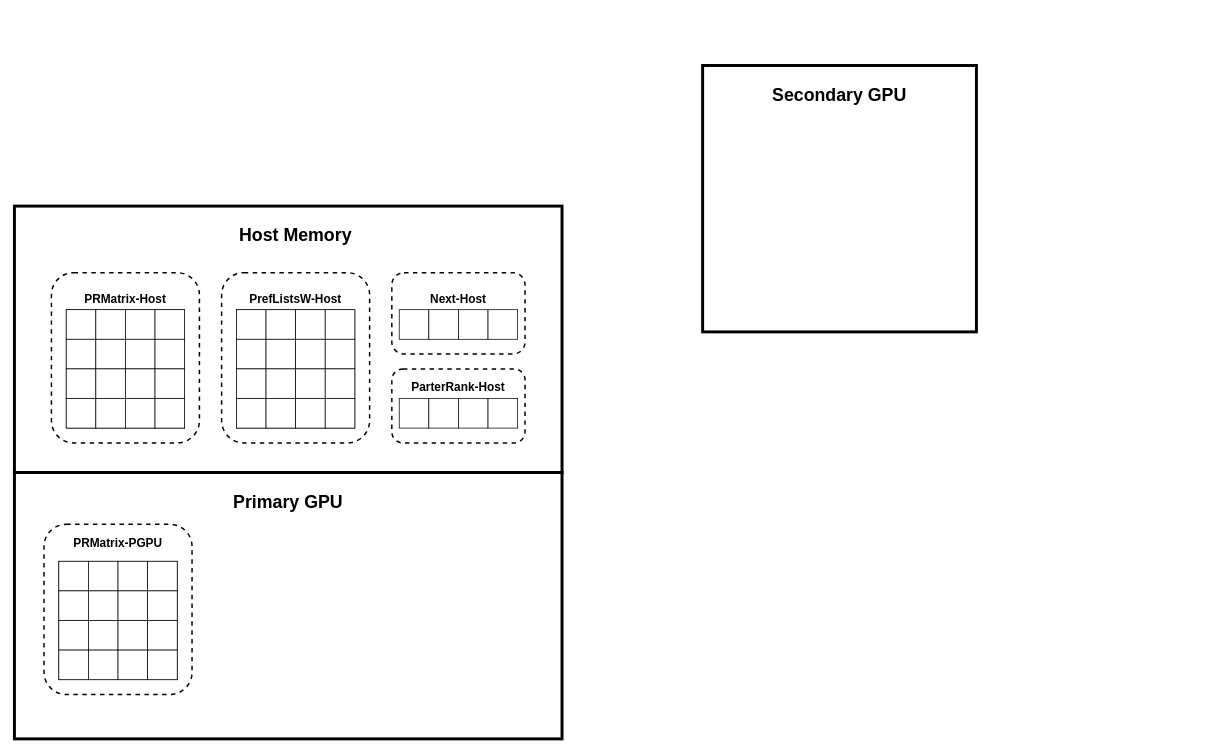
Before: DSInHybridSystem.drawio in victorliu-sq/BambooSMP-Figures, a draw.io diagram. Source tidied: cells renumbered, new cells numbered last; positions are measured from the earlier drawing's top-left corner, leaving out a move shared by most shapes. Both pictures are drawn from the tidied source at 74%, with x=0, y=0 at pixel (14, 65).
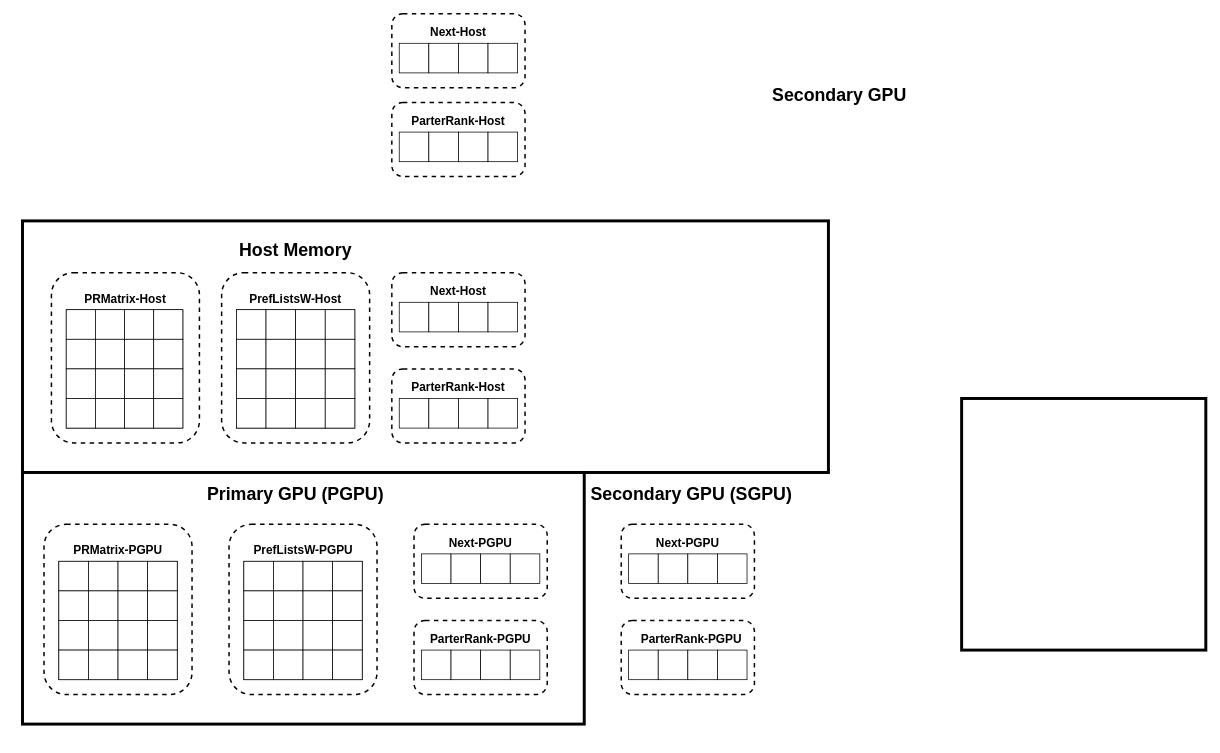
Above is the later version.

Change to the diagram source:
```diff
@@
+    <mxCell id="82" style="rounded=0;whiteSpace=wrap;html=1;strokeWidth=4;" parent="1" vertex="1">
+      <mxGeometry x="10.9" y="210" width="1089.1" height="340" as="geometry" />
+    </mxCell>
+    <mxCell id="3" style="rounded=0;whiteSpace=wrap;html=1;strokeWidth=4;" parent="1" vertex="1">
+      <mxGeometry x="10.9" y="550" width="759.1" height="340" as="geometry" />
+    </mxCell>
+    <mxCell id="83" style="rounded=1;whiteSpace=wrap;html=1;fillColor=none;strokeWidth=2;dashed=1;" parent="1" vertex="1">
+      <mxGeometry x="540" y="750" width="180" height="100" as="geometry" />
+    </mxCell>
+    <mxCell id="84" style="rounded=1;whiteSpace=wrap;html=1;fillColor=none;strokeWidth=2;dashed=1;" parent="1" vertex="1">
+      <mxGeometry x="540" y="620" width="180" height="100" as="geometry" />
+    </mxCell>
     <mxCell id="2" style="rounded=0;whiteSpace=wrap;html=1;strokeWidth=4;" parent="1" vertex="1">
-      <mxGeometry x="930" width="370" height="360" as="geometry" />
+      <mxGeometry x="1280" y="450" width="330" height="340" as="geometry" />
     </mxCell>
-    <mxCell id="3" style="rounded=0;whiteSpace=wrap;html=1;strokeWidth=4;" parent="1" vertex="1">
-      <mxGeometry y="550" width="740" height="360" as="geometry" />
-    </mxCell>
-    <mxCell id="4" style="rounded=0;whiteSpace=wrap;html=1;strokeWidth=4;" parent="1" vertex="1">
-      <mxGeometry y="190" width="740" height="360" as="geometry" />
-    </mxCell>
@@
-    <mxCell id="7" style="rounded=1;whiteSpace=wrap;html=1;fillColor=none;strokeWidth=2;dashed=1;" parent="1" vertex="1">
-      <mxGeometry x="510" y="280" width="180" height="110" as="geometry" />
-    </mxCell>
-    <mxCell id="8" style="rounded=1;whiteSpace=wrap;html=1;fillColor=none;strokeWidth=2;dashed=1;" parent="1" vertex="1">
-      <mxGeometry x="510" y="410" width="180" height="100" as="geometry" />
-    </mxCell>
     <mxCell id="9" value="&lt;span style=&quot;font-size: 24px;&quot;&gt;&lt;b&gt;Host Memory&lt;/b&gt;&lt;/span&gt;" style="rounded=1;whiteSpace=wrap;html=1;strokeColor=none;fillColor=none;strokeWidth=3;" parent="1" vertex="1">
-      <mxGeometry x="300" y="190" width="160" height="80" as="geometry" />
+      <mxGeometry x="300" y="230" width="160" height="40" as="geometry" />
     </mxCell>
-    <mxCell id="10" value="&lt;span style=&quot;font-size: 24px;&quot;&gt;&lt;b&gt;Primary GPU&lt;/b&gt;&lt;/span&gt;" style="rounded=1;whiteSpace=wrap;html=1;strokeColor=none;fillColor=none;" parent="1" vertex="1">
-      <mxGeometry x="210" y="550" width="320" height="80" as="geometry" />
+    <mxCell id="10" value="&lt;span style=&quot;font-size: 24px;&quot;&gt;&lt;b&gt;Primary GPU (PGPU)&lt;/b&gt;&lt;/span&gt;" style="rounded=1;whiteSpace=wrap;html=1;strokeColor=none;fillColor=none;" parent="1" vertex="1">
+      <mxGeometry x="220" y="560" width="320" height="40" as="geometry" />
     </mxCell>
@@
     <mxCell id="30" style="group;" parent="1" vertex="1">
-      <mxGeometry x="70" y="330" width="160" height="160" as="geometry" />
+      <mxGeometry x="70" y="330" width="660" height="240" as="geometry" />
     </mxCell>
     <mxCell id="31" style="rounded=0;whiteSpace=wrap;html=1;" parent="30" vertex="1">
-      <mxGeometry width="160" height="160" as="geometry" />
+      <mxGeometry width="157.6" height="160" as="geometry" />
     </mxCell>
     <mxCell id="32" style="rounded=0;whiteSpace=wrap;html=1;" parent="30" vertex="1">
-      <mxGeometry width="40" height="40" as="geometry" />
+      <mxGeometry width="39.4" height="40" as="geometry" />
     </mxCell>
     <mxCell id="33" style="rounded=0;whiteSpace=wrap;html=1;" parent="30" vertex="1">
-      <mxGeometry y="40" width="40" height="40" as="geometry" />
+      <mxGeometry y="40" width="39.4" height="40" as="geometry" />
     </mxCell>
     <mxCell id="34" style="rounded=0;whiteSpace=wrap;html=1;" parent="30" vertex="1">
-      <mxGeometry y="80" width="40" height="40" as="geometry" />
+      <mxGeometry y="80" width="39.4" height="40" as="geometry" />
     </mxCell>
     <mxCell id="35" style="rounded=0;whiteSpace=wrap;html=1;" parent="30" vertex="1">
-      <mxGeometry y="120" width="40" height="40" as="geometry" />
+      <mxGeometry y="120" width="39.4" height="40" as="geometry" />
     </mxCell>
     <mxCell id="36" style="rounded=0;whiteSpace=wrap;html=1;" parent="30" vertex="1">
-      <mxGeometry x="40" width="40" height="40" as="geometry" />
+      <mxGeometry x="39.4" width="39.4" height="40" as="geometry" />
     </mxCell>
     <mxCell id="37" style="rounded=0;whiteSpace=wrap;html=1;" parent="30" vertex="1">
-      <mxGeometry x="40" y="40" width="40" height="40" as="geometry" />
+      <mxGeometry x="39.4" y="40" width="39.4" height="40" as="geometry" />
     </mxCell>
     <mxCell id="38" style="rounded=0;whiteSpace=wrap;html=1;" parent="30" vertex="1">
-      <mxGeometry x="40" y="80" width="40" height="40" as="geometry" />
+      <mxGeometry x="39.4" y="80" width="39.4" height="40" as="geometry" />
     </mxCell>
     <mxCell id="39" style="rounded=0;whiteSpace=wrap;html=1;" parent="30" vertex="1">
-      <mxGeometry x="40" y="120" width="40" height="40" as="geometry" />
+      <mxGeometry x="39.4" y="120" width="39.4" height="40" as="geometry" />
     </mxCell>
     <mxCell id="40" style="rounded=0;whiteSpace=wrap;html=1;" parent="30" vertex="1">
-      <mxGeometry x="80" width="40" height="40" as="geometry" />
+      <mxGeometry x="78.8" width="39.4" height="40" as="geometry" />
     </mxCell>
     <mxCell id="41" style="rounded=0;whiteSpace=wrap;html=1;" parent="30" vertex="1">
-      <mxGeometry x="80" y="40" width="40" height="40" as="geometry" />
+      <mxGeometry x="78.8" y="40" width="39.4" height="40" as="geometry" />
     </mxCell>
     <mxCell id="42" style="rounded=0;whiteSpace=wrap;html=1;" parent="30" vertex="1">
-      <mxGeometry x="80" y="80" width="40" height="40" as="geometry" />
+      <mxGeometry x="78.8" y="80" width="39.4" height="40" as="geometry" />
     </mxCell>
     <mxCell id="43" style="rounded=0;whiteSpace=wrap;html=1;" parent="30" vertex="1">
-      <mxGeometry x="80" y="120" width="40" height="40" as="geometry" />
+      <mxGeometry x="78.8" y="120" width="39.4" height="40" as="geometry" />
     </mxCell>
     <mxCell id="44" style="rounded=0;whiteSpace=wrap;html=1;" parent="30" vertex="1">
-      <mxGeometry x="120" width="40" height="40" as="geometry" />
+      <mxGeometry x="118.2" width="39.4" height="40" as="geometry" />
     </mxCell>
     <mxCell id="45" style="rounded=0;whiteSpace=wrap;html=1;" parent="30" vertex="1">
-      <mxGeometry x="120" y="40" width="40" height="40" as="geometry" />
+      <mxGeometry x="118.2" y="40" width="39.4" height="40" as="geometry" />
     </mxCell>
     <mxCell id="46" style="rounded=0;whiteSpace=wrap;html=1;" parent="30" vertex="1">
-      <mxGeometry x="120" y="80" width="40" height="40" as="geometry" />
+      <mxGeometry x="118.2" y="80" width="39.4" height="40" as="geometry" />
     </mxCell>
     <mxCell id="47" style="rounded=0;whiteSpace=wrap;html=1;" parent="30" vertex="1">
-      <mxGeometry x="120" y="120" width="40" height="40" as="geometry" />
+      <mxGeometry x="118.2" y="120" width="39.4" height="40" as="geometry" />
     </mxCell>
-    <mxCell id="48" style="group;" parent="1" vertex="1">
-      <mxGeometry x="520" y="450" width="160" height="40" as="geometry" />
-    </mxCell>
-    <mxCell id="49" style="rounded=0;whiteSpace=wrap;html=1;" parent="48" vertex="1">
-      <mxGeometry width="40" height="40" as="geometry" />
-    </mxCell>
-    <mxCell id="50" style="rounded=0;whiteSpace=wrap;html=1;" parent="48" vertex="1">
-      <mxGeometry x="40" width="40" height="40" as="geometry" />
-    </mxCell>
-    <mxCell id="51" style="rounded=0;whiteSpace=wrap;html=1;" parent="48" vertex="1">
-      <mxGeometry x="80" width="40" height="40" as="geometry" />
-    </mxCell>
-    <mxCell id="52" style="rounded=0;whiteSpace=wrap;html=1;" parent="48" vertex="1">
-      <mxGeometry x="120" width="40" height="40" as="geometry" />
-    </mxCell>
     <mxCell id="53" style="group;" parent="1" vertex="1">
-      <mxGeometry x="520" y="330" width="160" height="40" as="geometry" />
+      <mxGeometry x="520" y="-30" width="160" height="80" as="geometry" />
     </mxCell>
@@
     <mxCell id="60" value="&lt;p&gt;&lt;b&gt;&lt;font style=&quot;font-size: 16px;&quot;&gt;Next-Host&lt;/font&gt;&lt;/b&gt;&lt;/p&gt;" style="text;html=1;align=center;verticalAlign=middle;whiteSpace=wrap;rounded=0;" parent="1" vertex="1">
-      <mxGeometry x="550" y="300" width="100" height="30" as="geometry" />
+      <mxGeometry x="550" y="-60" width="100" height="30" as="geometry" />
     </mxCell>
-    <mxCell id="61" value="&lt;p&gt;&lt;b&gt;&lt;font style=&quot;font-size: 16px;&quot;&gt;ParterRank-Host&lt;/font&gt;&lt;/b&gt;&lt;/p&gt;" style="text;html=1;align=center;verticalAlign=middle;whiteSpace=wrap;rounded=0;" parent="1" vertex="1">
-      <mxGeometry x="535" y="420" width="130" height="30" as="geometry" />
-    </mxCell>
@@
     <mxCell id="81" value="&lt;p&gt;&lt;b&gt;&lt;font style=&quot;font-size: 16px;&quot;&gt;PRMatrix-PGPU&lt;/font&gt;&lt;/b&gt;&lt;/p&gt;" style="text;html=1;align=center;verticalAlign=middle;whiteSpace=wrap;rounded=0;" parent="1" vertex="1">
-      <mxGeometry x="75" y="630" width="130" height="30" as="geometry" />
+      <mxGeometry x="75" y="640" width="130" height="30" as="geometry" />
     </mxCell>
+    <mxCell id="85" style="rounded=1;whiteSpace=wrap;html=1;fillColor=none;strokeWidth=2;dashed=1;" parent="1" vertex="1">
+      <mxGeometry x="290" y="620" width="200" height="230" as="geometry" />
+    </mxCell>
+    <mxCell id="86" value="&lt;p&gt;&lt;b&gt;&lt;font style=&quot;font-size: 16px;&quot;&gt;PrefListsW-PGPU&lt;/font&gt;&lt;/b&gt;&lt;/p&gt;" style="text;html=1;align=center;verticalAlign=middle;whiteSpace=wrap;rounded=0;" parent="1" vertex="1">
+      <mxGeometry x="317.5" y="640" width="145" height="30" as="geometry" />
+    </mxCell>
+    <mxCell id="7" style="rounded=1;whiteSpace=wrap;html=1;fillColor=none;strokeWidth=2;dashed=1;" parent="1" vertex="1">
+      <mxGeometry x="510" y="-70" width="180" height="100" as="geometry" />
+    </mxCell>
+    <mxCell id="87" style="rounded=1;whiteSpace=wrap;html=1;fillColor=none;strokeWidth=2;dashed=1;" parent="1" vertex="1">
+      <mxGeometry x="510" y="50" width="180" height="100" as="geometry" />
+    </mxCell>
+    <mxCell id="88" style="group;" parent="1" vertex="1">
+      <mxGeometry x="520" y="90" width="160" height="80" as="geometry" />
+    </mxCell>
+    <mxCell id="89" style="rounded=0;whiteSpace=wrap;html=1;" parent="88" vertex="1">
+      <mxGeometry width="40" height="40" as="geometry" />
+    </mxCell>
+    <mxCell id="90" style="rounded=0;whiteSpace=wrap;html=1;" parent="88" vertex="1">
+      <mxGeometry x="40" width="40" height="40" as="geometry" />
+    </mxCell>
+    <mxCell id="91" style="rounded=0;whiteSpace=wrap;html=1;" parent="88" vertex="1">
+      <mxGeometry x="80" width="40" height="40" as="geometry" />
+    </mxCell>
+    <mxCell id="92" style="rounded=0;whiteSpace=wrap;html=1;" parent="88" vertex="1">
+      <mxGeometry x="120" width="40" height="40" as="geometry" />
+    </mxCell>
+    <mxCell id="93" value="&lt;p&gt;&lt;b&gt;&lt;font style=&quot;font-size: 16px;&quot;&gt;ParterRank-Host&lt;/font&gt;&lt;/b&gt;&lt;/p&gt;" style="text;html=1;align=center;verticalAlign=middle;whiteSpace=wrap;rounded=0;" parent="1" vertex="1">
+      <mxGeometry x="530" y="60" width="140" height="30" as="geometry" />
+    </mxCell>
+    <mxCell id="94" style="group;" parent="1" vertex="1">
+      <mxGeometry x="520" y="320" width="160" height="80" as="geometry" />
+    </mxCell>
+    <mxCell id="95" style="rounded=0;whiteSpace=wrap;html=1;" parent="94" vertex="1">
+      <mxGeometry width="40" height="40" as="geometry" />
+    </mxCell>
+    <mxCell id="96" style="rounded=0;whiteSpace=wrap;html=1;" parent="94" vertex="1">
+      <mxGeometry x="40" width="40" height="40" as="geometry" />
+    </mxCell>
+    <mxCell id="97" style="rounded=0;whiteSpace=wrap;html=1;" parent="94" vertex="1">
+      <mxGeometry x="80" width="40" height="40" as="geometry" />
+    </mxCell>
+    <mxCell id="98" style="rounded=0;whiteSpace=wrap;html=1;" parent="94" vertex="1">
+      <mxGeometry x="120" width="40" height="40" as="geometry" />
+    </mxCell>
+    <mxCell id="99" value="&lt;p&gt;&lt;b&gt;&lt;font style=&quot;font-size: 16px;&quot;&gt;Next-Host&lt;/font&gt;&lt;/b&gt;&lt;/p&gt;" style="text;html=1;align=center;verticalAlign=middle;whiteSpace=wrap;rounded=0;" parent="1" vertex="1">
+      <mxGeometry x="550" y="290" width="100" height="30" as="geometry" />
+    </mxCell>
+    <mxCell id="100" style="rounded=1;whiteSpace=wrap;html=1;fillColor=none;strokeWidth=2;dashed=1;" parent="1" vertex="1">
+      <mxGeometry x="510" y="280" width="180" height="100" as="geometry" />
+    </mxCell>
+    <mxCell id="8" style="rounded=1;whiteSpace=wrap;html=1;fillColor=none;strokeWidth=2;dashed=1;" parent="1" vertex="1">
+      <mxGeometry x="510" y="410" width="180" height="100" as="geometry" />
+    </mxCell>
+    <mxCell id="101" style="group;" parent="1" vertex="1">
+      <mxGeometry x="520" y="450" width="230" height="120" as="geometry" />
+    </mxCell>
+    <mxCell id="102" style="rounded=0;whiteSpace=wrap;html=1;" parent="101" vertex="1">
+      <mxGeometry width="40" height="40" as="geometry" />
+    </mxCell>
+    <mxCell id="103" style="rounded=0;whiteSpace=wrap;html=1;" parent="101" vertex="1">
+      <mxGeometry x="40" width="40" height="40" as="geometry" />
+    </mxCell>
+    <mxCell id="104" style="rounded=0;whiteSpace=wrap;html=1;" parent="101" vertex="1">
+      <mxGeometry x="80" width="40" height="40" as="geometry" />
+    </mxCell>
+    <mxCell id="105" style="rounded=0;whiteSpace=wrap;html=1;" parent="101" vertex="1">
+      <mxGeometry x="120" width="40" height="40" as="geometry" />
+    </mxCell>
+    <mxCell id="106" value="&lt;p&gt;&lt;b&gt;&lt;font style=&quot;font-size: 16px;&quot;&gt;ParterRank-Host&lt;/font&gt;&lt;/b&gt;&lt;/p&gt;" style="text;html=1;align=center;verticalAlign=middle;whiteSpace=wrap;rounded=0;" parent="1" vertex="1">
+      <mxGeometry x="530" y="420" width="140" height="30" as="geometry" />
+    </mxCell>
+    <mxCell id="107" style="group;" parent="1" vertex="1">
+      <mxGeometry x="550" y="660" width="160" height="80" as="geometry" />
+    </mxCell>
+    <mxCell id="108" style="group;" parent="107" vertex="1">
+      <mxGeometry width="160" height="40" as="geometry" />
+    </mxCell>
+    <mxCell id="109" style="rounded=0;whiteSpace=wrap;html=1;" parent="108" vertex="1">
+      <mxGeometry width="40" height="40" as="geometry" />
+    </mxCell>
+    <mxCell id="110" style="rounded=0;whiteSpace=wrap;html=1;" parent="108" vertex="1">
+      <mxGeometry x="40" width="40" height="40" as="geometry" />
+    </mxCell>
+    <mxCell id="111" style="rounded=0;whiteSpace=wrap;html=1;" parent="108" vertex="1">
+      <mxGeometry x="80" width="40" height="40" as="geometry" />
+    </mxCell>
+    <mxCell id="112" style="rounded=0;whiteSpace=wrap;html=1;" parent="108" vertex="1">
+      <mxGeometry x="120" width="40" height="40" as="geometry" />
+    </mxCell>
+    <mxCell id="113" value="&lt;p&gt;&lt;b&gt;&lt;font style=&quot;font-size: 16px;&quot;&gt;Next-PGPU&lt;/font&gt;&lt;/b&gt;&lt;/p&gt;" style="text;html=1;align=center;verticalAlign=middle;whiteSpace=wrap;rounded=0;" parent="1" vertex="1">
+      <mxGeometry x="580" y="630" width="100" height="30" as="geometry" />
+    </mxCell>
+    <mxCell id="114" style="group;" parent="1" vertex="1">
+      <mxGeometry x="550" y="790" width="160" height="80" as="geometry" />
+    </mxCell>
+    <mxCell id="115" style="group;" parent="114" vertex="1">
+      <mxGeometry width="160" height="40" as="geometry" />
+    </mxCell>
+    <mxCell id="116" style="rounded=0;whiteSpace=wrap;html=1;" parent="115" vertex="1">
+      <mxGeometry width="40" height="40" as="geometry" />
+    </mxCell>
+    <mxCell id="117" style="rounded=0;whiteSpace=wrap;html=1;" parent="115" vertex="1">
+      <mxGeometry x="40" width="40" height="40" as="geometry" />
+    </mxCell>
+    <mxCell id="118" style="rounded=0;whiteSpace=wrap;html=1;" parent="115" vertex="1">
+      <mxGeometry x="80" width="40" height="40" as="geometry" />
+    </mxCell>
+    <mxCell id="119" style="rounded=0;whiteSpace=wrap;html=1;" parent="115" vertex="1">
+      <mxGeometry x="120" width="40" height="40" as="geometry" />
+    </mxCell>
+    <mxCell id="120" value="&lt;p&gt;&lt;b&gt;&lt;font style=&quot;font-size: 16px;&quot;&gt;ParterRank-PGPU&lt;/font&gt;&lt;/b&gt;&lt;/p&gt;" style="text;html=1;align=center;verticalAlign=middle;whiteSpace=wrap;rounded=0;" parent="1" vertex="1">
+      <mxGeometry x="560" y="760" width="140" height="30" as="geometry" />
+    </mxCell>
+    <mxCell id="121" style="group;" parent="1" vertex="1">
+      <mxGeometry x="310" y="670" width="160" height="160" as="geometry" />
+    </mxCell>
+    <mxCell id="122" style="rounded=0;whiteSpace=wrap;html=1;" parent="121" vertex="1">
+      <mxGeometry width="160" height="160" as="geometry" />
+    </mxCell>
+    <mxCell id="123" style="rounded=0;whiteSpace=wrap;html=1;" parent="121" vertex="1">
+      <mxGeometry width="40" height="40" as="geometry" />
+    </mxCell>
+    <mxCell id="124" style="rounded=0;whiteSpace=wrap;html=1;" parent="121" vertex="1">
+      <mxGeometry y="40" width="40" height="40" as="geometry" />
+    </mxCell>
+    <mxCell id="125" style="rounded=0;whiteSpace=wrap;html=1;" parent="121" vertex="1">
+      <mxGeometry y="80" width="40" height="40" as="geometry" />
+    </mxCell>
+    <mxCell id="126" style="rounded=0;whiteSpace=wrap;html=1;" parent="121" vertex="1">
+      <mxGeometry y="120" width="40" height="40" as="geometry" />
+    </mxCell>
+    <mxCell id="127" style="rounded=0;whiteSpace=wrap;html=1;" parent="121" vertex="1">
+      <mxGeometry x="40" width="40" height="40" as="geometry" />
+    </mxCell>
+    <mxCell id="128" style="rounded=0;whiteSpace=wrap;html=1;" parent="121" vertex="1">
+      <mxGeometry x="40" y="40" width="40" height="40" as="geometry" />
+    </mxCell>
+    <mxCell id="129" style="rounded=0;whiteSpace=wrap;html=1;" parent="121" vertex="1">
+      <mxGeometry x="40" y="80" width="40" height="40" as="geometry" />
+    </mxCell>
+    <mxCell id="130" style="rounded=0;whiteSpace=wrap;html=1;" parent="121" vertex="1">
+      <mxGeometry x="40" y="120" width="40" height="40" as="geometry" />
+    </mxCell>
+    <mxCell id="131" style="rounded=0;whiteSpace=wrap;html=1;" parent="121" vertex="1">
+      <mxGeometry x="80" width="40" height="40" as="geometry" />
+    </mxCell>
+    <mxCell id="132" style="rounded=0;whiteSpace=wrap;html=1;" parent="121" vertex="1">
+      <mxGeometry x="80" y="40" width="40" height="40" as="geometry" />
+    </mxCell>
+    <mxCell id="133" style="rounded=0;whiteSpace=wrap;html=1;" parent="121" vertex="1">
+      <mxGeometry x="80" y="80" width="40" height="40" as="geometry" />
+    </mxCell>
+    <mxCell id="134" style="rounded=0;whiteSpace=wrap;html=1;" parent="121" vertex="1">
+      <mxGeometry x="80" y="120" width="40" height="40" as="geometry" />
+    </mxCell>
+    <mxCell id="135" style="rounded=0;whiteSpace=wrap;html=1;" parent="121" vertex="1">
+      <mxGeometry x="120" width="40" height="40" as="geometry" />
+    </mxCell>
+    <mxCell id="136" style="rounded=0;whiteSpace=wrap;html=1;" parent="121" vertex="1">
+      <mxGeometry x="120" y="40" width="40" height="40" as="geometry" />
+    </mxCell>
+    <mxCell id="137" style="rounded=0;whiteSpace=wrap;html=1;" parent="121" vertex="1">
+      <mxGeometry x="120" y="80" width="40" height="40" as="geometry" />
+    </mxCell>
+    <mxCell id="138" style="rounded=0;whiteSpace=wrap;html=1;" parent="121" vertex="1">
+      <mxGeometry x="120" y="120" width="40" height="40" as="geometry" />
+    </mxCell>
+    <mxCell id="139" style="rounded=1;whiteSpace=wrap;html=1;fillColor=none;strokeWidth=2;dashed=1;" parent="1" vertex="1">
+      <mxGeometry x="820" y="750" width="180" height="100" as="geometry" />
+    </mxCell>
+    <mxCell id="140" style="rounded=1;whiteSpace=wrap;html=1;fillColor=none;strokeWidth=2;dashed=1;" parent="1" vertex="1">
+      <mxGeometry x="820" y="620" width="180" height="100" as="geometry" />
+    </mxCell>
+    <mxCell id="141" value="&lt;p&gt;&lt;b&gt;&lt;font style=&quot;font-size: 16px;&quot;&gt;Next-PGPU&lt;/font&gt;&lt;/b&gt;&lt;/p&gt;" style="text;html=1;align=center;verticalAlign=middle;whiteSpace=wrap;rounded=0;" parent="1" vertex="1">
+      <mxGeometry x="860" y="630" width="100" height="30" as="geometry" />
+    </mxCell>
+    <mxCell id="142" value="&lt;p&gt;&lt;b&gt;&lt;font style=&quot;font-size: 16px;&quot;&gt;ParterRank-PGPU&lt;/font&gt;&lt;/b&gt;&lt;/p&gt;" style="text;html=1;align=center;verticalAlign=middle;whiteSpace=wrap;rounded=0;" parent="1" vertex="1">
+      <mxGeometry x="845" y="760" width="140" height="30" as="geometry" />
+    </mxCell>
+    <mxCell id="143" value="&lt;span style=&quot;font-size: 24px;&quot;&gt;&lt;b&gt;Secondary GPU (SGPU)&lt;/b&gt;&lt;/span&gt;" style="rounded=1;whiteSpace=wrap;html=1;strokeColor=none;fillColor=none;" parent="1" vertex="1">
+      <mxGeometry x="755" y="560" width="320" height="40" as="geometry" />
+    </mxCell>
+    <mxCell id="144" style="group;" parent="1" vertex="1">
+      <mxGeometry x="830" y="790" width="160" height="40" as="geometry" />
+    </mxCell>
+    <mxCell id="145" style="rounded=0;whiteSpace=wrap;html=1;" parent="144" vertex="1">
+      <mxGeometry width="40" height="40" as="geometry" />
+    </mxCell>
+    <mxCell id="146" style="rounded=0;whiteSpace=wrap;html=1;" parent="144" vertex="1">
+      <mxGeometry x="40" width="40" height="40" as="geometry" />
+    </mxCell>
+    <mxCell id="147" style="rounded=0;whiteSpace=wrap;html=1;" parent="144" vertex="1">
+      <mxGeometry x="80" width="40" height="40" as="geometry" />
+    </mxCell>
+    <mxCell id="148" style="rounded=0;whiteSpace=wrap;html=1;" parent="144" vertex="1">
+      <mxGeometry x="120" width="40" height="40" as="geometry" />
+    </mxCell>
+    <mxCell id="149" style="group;" parent="1" vertex="1">
+      <mxGeometry x="830" y="660" width="160" height="80" as="geometry" />
+    </mxCell>
+    <mxCell id="150" style="group;" parent="149" vertex="1">
+      <mxGeometry width="160" height="40" as="geometry" />
+    </mxCell>
+    <mxCell id="151" style="rounded=0;whiteSpace=wrap;html=1;" parent="150" vertex="1">
+      <mxGeometry width="40" height="40" as="geometry" />
+    </mxCell>
+    <mxCell id="152" style="rounded=0;whiteSpace=wrap;html=1;" parent="150" vertex="1">
+      <mxGeometry x="40" width="40" height="40" as="geometry" />
+    </mxCell>
+    <mxCell id="153" style="rounded=0;whiteSpace=wrap;html=1;" parent="150" vertex="1">
+      <mxGeometry x="80" width="40" height="40" as="geometry" />
+    </mxCell>
+    <mxCell id="154" style="rounded=0;whiteSpace=wrap;html=1;" parent="150" vertex="1">
+      <mxGeometry x="120" width="40" height="40" as="geometry" />
+    </mxCell>
```
